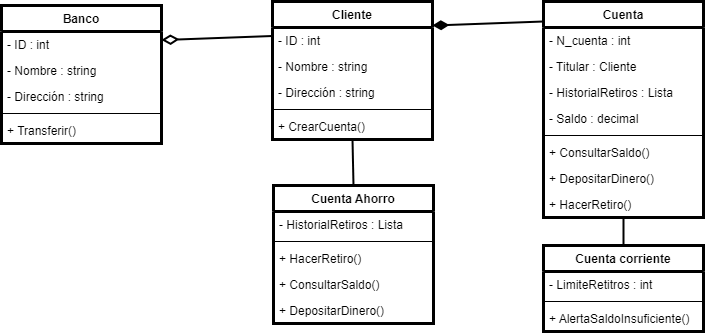
The draw.io diagram Ejercicios_Modelado/Taller3PNG.drawio.png in Oscar-UCT/Ejercicos_Modelado, before a commit. Source tidied: cells renumbered, new cells last; positions are measured from the earlier drawing's top-left corner, leaving out a move shared by most shapes.
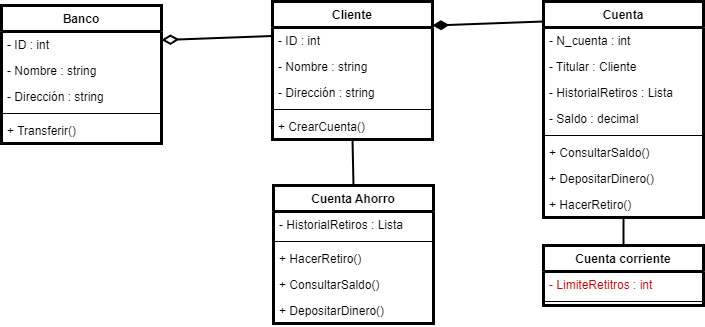
Later version of the same file.

Commit message:
Arreglo de errores

Diff of the diagram source:
```diff
@@ -84,17 +84,14 @@
       <mxGeometry y="190" width="160" height="26" as="geometry" />
     </mxCell>
     <mxCell id="29" value="Cuenta corriente" style="swimlane;fontStyle=1;align=center;verticalAlign=top;horizontal=1;startSize=26;strokeWidth=3;fontColor=#000000;" parent="1" vertex="1">
-      <mxGeometry x="542" y="244" width="160" height="86" as="geometry" />
+      <mxGeometry x="542" y="244" width="160" height="60" as="geometry" />
     </mxCell>
-    <mxCell id="30" value="- LimiteRetitros : int" style="text;strokeColor=none;fillColor=none;align=left;verticalAlign=top;spacingLeft=4;spacingRight=4;overflow=hidden;strokeWidth=3;fontColor=#000000;" parent="29" vertex="1">
+    <mxCell id="30" value="- LimiteRetitros : int" style="text;strokeColor=none;fillColor=none;align=left;verticalAlign=top;spacingLeft=4;spacingRight=4;overflow=hidden;strokeWidth=3;fontColor=#CC0000;" parent="29" vertex="1">
       <mxGeometry y="26" width="160" height="26" as="geometry" />
     </mxCell>
     <mxCell id="31" style="line;strokeWidth=1;fillColor=none;align=left;verticalAlign=middle;spacingTop=-1;spacingLeft=3;spacingRight=3;labelPosition=right;strokeColor=inherit;fontColor=#000000;" parent="29" vertex="1">
       <mxGeometry y="52" width="160" height="8" as="geometry" />
     </mxCell>
-    <mxCell id="32" value="+ AlertaSaldoInsuficiente()" style="text;strokeColor=none;fillColor=none;align=left;verticalAlign=top;spacingLeft=4;spacingRight=4;overflow=hidden;strokeWidth=3;fontColor=#000000;" parent="29" vertex="1">
-      <mxGeometry y="60" width="160" height="26" as="geometry" />
-    </mxCell>
     <mxCell id="33" style="endArrow=diamondThin;endFill=0;endSize=12;html=1;strokeWidth=2;exitX=0;exitY=0.25;exitDx=0;exitDy=0;entryX=1;entryY=0.25;entryDx=0;entryDy=0;fontColor=#000000;" parent="1" edge="1" source="8" target="2">
       <mxGeometry relative="1" as="geometry" />
     </mxCell>
```
